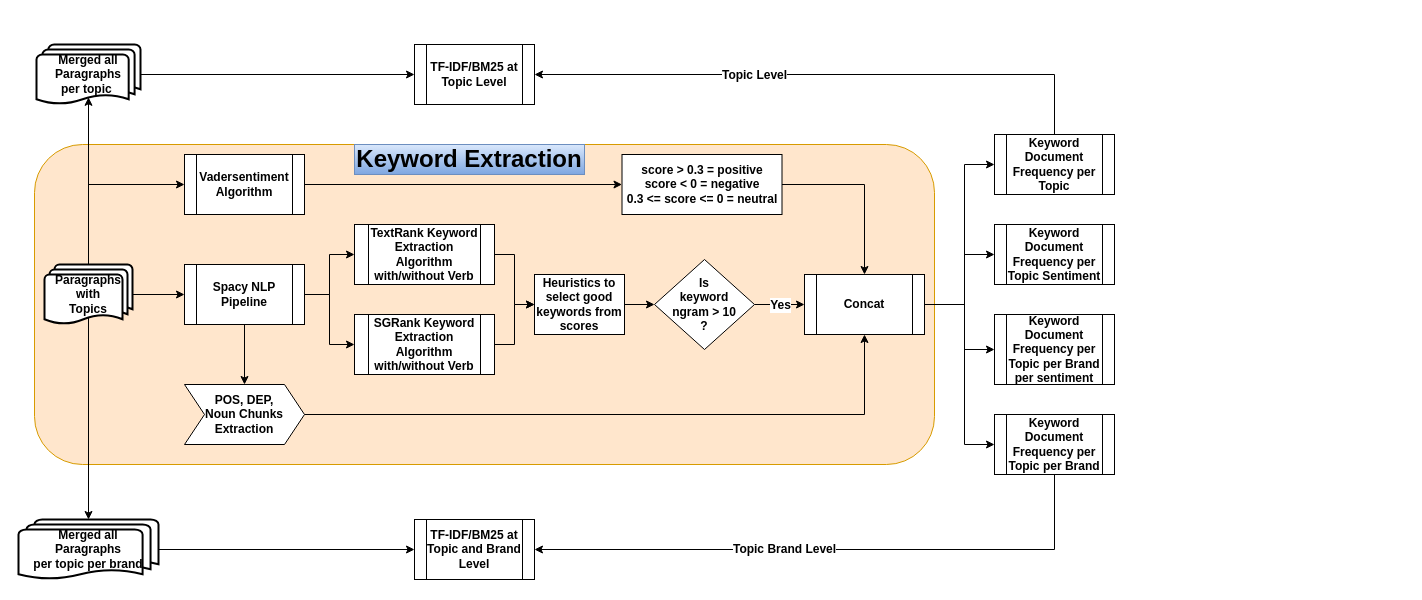
The draw.io diagram Keyword Extraction and Summarization Indepth.drawio in travel-code-sleep/darw_io_diagrams, before the edit. Source tidied: cells renumbered, new cells numbered last; positions are measured from the earlier drawing's top-left corner, leaving out a move shared by most shapes. Both pictures are drawn from the tidied source at 100%, with x=0, y=0 at pixel (18, 44).
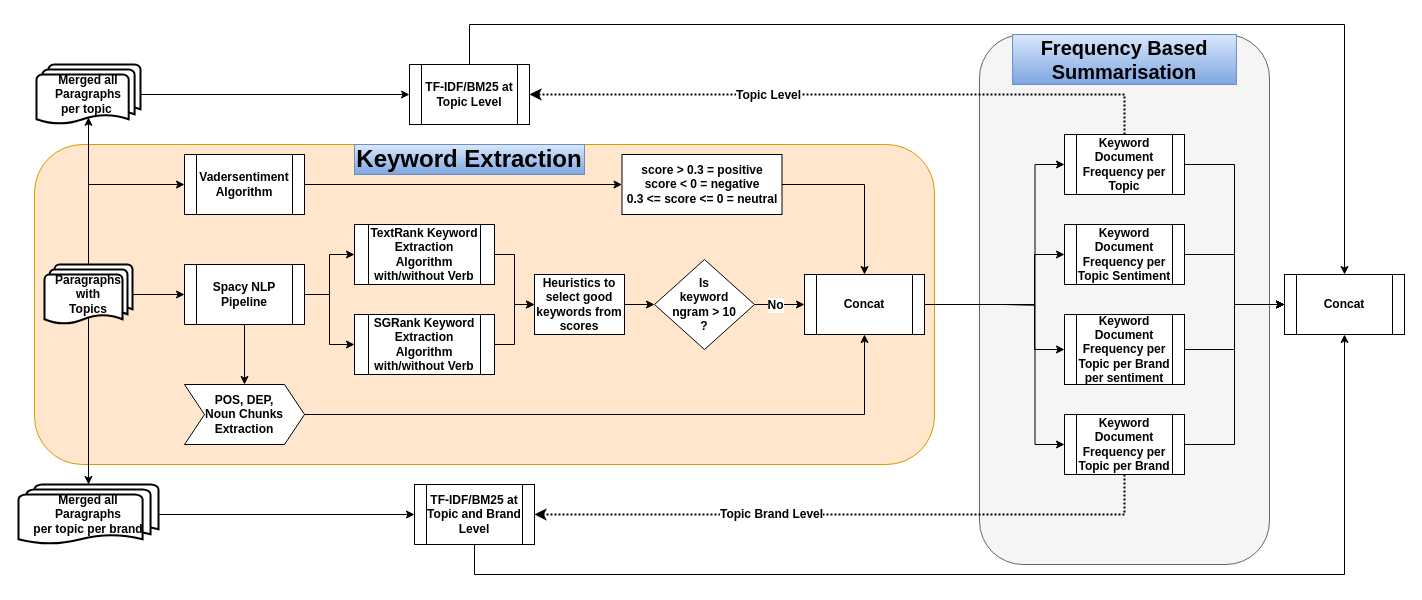
The same page after the edit.

Unchanged cells that the change refers to:
```xml
<mxCell id="4" style="rounded=1;whiteSpace=wrap;html=1;fillColor=#ffe6cc;strokeColor=#d79b00;fontStyle=1;fontSize=12;" parent="1" vertex="1">
  <mxGeometry x="16" y="100" width="900" height="320" as="geometry" />
</mxCell>
<mxCell id="24" style="edgeStyle=orthogonalEdgeStyle;rounded=0;jettySize=auto;html=1;exitX=1;exitY=0.5;exitDx=0;exitDy=0;entryX=0;entryY=0.5;entryDx=0;entryDy=0;endArrow=classic;endFill=1;fontStyle=1;fontSize=12;" parent="1" edge="1" source="26" target="29">
  <mxGeometry relative="1" as="geometry" />
</mxCell>
<mxCell id="29" value="Concat" style="shape=process;whiteSpace=wrap;html=1;backgroundOutline=1;fontStyle=1;fontSize=12;" parent="1" vertex="1">
  <mxGeometry x="786" y="230" width="120" height="60" as="geometry" />
</mxCell>
```

The edit, as a diff of the source:
```diff
@@
-    <mxCell id="2" style="edgeStyle=orthogonalEdgeStyle;rounded=0;jettySize=auto;html=1;exitX=1;exitY=0.5;exitDx=0;exitDy=0;entryX=0;entryY=0.5;entryDx=0;entryDy=0;fontSize=25;fontStyle=1;" parent="1" edge="1" source="4" target="41">
-      <mxGeometry relative="1" as="geometry" />
-    </mxCell>
-    <mxCell id="3" style="edgeStyle=orthogonalEdgeStyle;rounded=0;jettySize=auto;html=1;exitX=1;exitY=0.5;exitDx=0;exitDy=0;entryX=0;entryY=0.5;entryDx=0;entryDy=0;fontSize=24;fontStyle=1;" parent="1" edge="1" source="4" target="45">
-      <mxGeometry relative="1" as="geometry" />
-    </mxCell>
@@
-    <mxCell id="25" value="Yes" style="edgeLabel;html=1;align=center;verticalAlign=middle;fontStyle=1;fontSize=12;" parent="24" vertex="1">
-      <mxGeometry relative="1" as="geometry" />
+    <mxCell id="25" value="No" style="edgeLabel;html=1;align=center;verticalAlign=middle;fontStyle=1;fontSize=12;" parent="24" vertex="1">
+      <mxGeometry relative="1" as="geometry">
+        <mxPoint x="-5" as="offset" />
+      </mxGeometry>
     </mxCell>
@@
-    <mxCell id="27" style="edgeStyle=orthogonalEdgeStyle;rounded=0;jettySize=auto;html=1;exitX=1;exitY=0.5;exitDx=0;exitDy=0;entryX=0;entryY=0.5;entryDx=0;entryDy=0;fontSize=24;fontStyle=1;" parent="1" edge="1" source="29" target="42">
-      <mxGeometry relative="1" as="geometry">
-        <Array as="points">
-          <mxPoint x="946" y="260" />
-          <mxPoint x="946" y="210" />
-        </Array>
-      </mxGeometry>
-    </mxCell>
-    <mxCell id="28" style="edgeStyle=orthogonalEdgeStyle;rounded=0;jettySize=auto;html=1;exitX=1;exitY=0.5;exitDx=0;exitDy=0;entryX=0;entryY=0.5;entryDx=0;entryDy=0;fontSize=24;fontStyle=1;" parent="1" edge="1" source="29" target="46">
-      <mxGeometry relative="1" as="geometry">
-        <Array as="points">
-          <mxPoint x="946" y="260" />
-          <mxPoint x="946" y="305" />
-        </Array>
-      </mxGeometry>
-    </mxCell>
@@
     <mxCell id="32" value="&lt;span style=&quot;&quot;&gt;TF-IDF/BM25 at&lt;/span&gt;&lt;br style=&quot;&quot;&gt;&lt;span style=&quot;&quot;&gt;Topic and Brand Level&lt;/span&gt;" style="shape=process;whiteSpace=wrap;html=1;backgroundOutline=1;fontSize=12;fontStyle=1;" parent="1" vertex="1">
-      <mxGeometry x="396" y="475" width="120" height="60" as="geometry" />
+      <mxGeometry x="396" y="440" width="120" height="60" as="geometry" />
     </mxCell>
@@
     <mxCell id="34" value="Merged all&lt;br&gt;Paragraphs&lt;br&gt;per topic per brand" style="strokeWidth=2;html=1;shape=mxgraph.flowchart.multi-document;whiteSpace=wrap;fontSize=12;fontStyle=1;" parent="1" vertex="1">
-      <mxGeometry y="475" width="140" height="60" as="geometry" />
+      <mxGeometry y="440" width="140" height="60" as="geometry" />
     </mxCell>
     <mxCell id="35" value="TF-IDF/BM25 at&lt;br&gt;Topic Level" style="shape=process;whiteSpace=wrap;html=1;backgroundOutline=1;fontSize=12;fontStyle=1;" parent="1" vertex="1">
-      <mxGeometry x="396" width="120" height="60" as="geometry" />
+      <mxGeometry x="391" y="20" width="120" height="60" as="geometry" />
     </mxCell>
@@
     <mxCell id="37" value="&lt;span style=&quot;&quot;&gt;Merged all &lt;br&gt;Paragraphs&lt;/span&gt;&lt;br style=&quot;&quot;&gt;&lt;span style=&quot;&quot;&gt;per topic&amp;nbsp;&lt;/span&gt;" style="strokeWidth=2;html=1;shape=mxgraph.flowchart.multi-document;whiteSpace=wrap;fontSize=12;fontStyle=1;" parent="1" vertex="1">
-      <mxGeometry x="18" width="104" height="60" as="geometry" />
+      <mxGeometry x="18" y="20" width="104" height="60" as="geometry" />
     </mxCell>
@@
+    <mxCell id="47" style="rounded=1;whiteSpace=wrap;html=1;fontSize=12;fillColor=#f5f5f5;strokeColor=#666666;fontColor=#333333;" parent="1" vertex="1">
+      <mxGeometry x="961" y="-10" width="290" height="530" as="geometry" />
+    </mxCell>
+    <mxCell id="48" style="edgeStyle=orthogonalEdgeStyle;rounded=0;jettySize=auto;html=1;exitX=1;exitY=0.5;exitDx=0;exitDy=0;entryX=0;entryY=0.5;entryDx=0;entryDy=0;fontSize=12;" parent="1" edge="1" source="41" target="52">
+      <mxGeometry relative="1" as="geometry" />
+    </mxCell>
+    <mxCell id="49" style="edgeStyle=orthogonalEdgeStyle;rounded=0;jettySize=auto;html=1;exitX=1;exitY=0.5;exitDx=0;exitDy=0;entryX=0;entryY=0.5;entryDx=0;entryDy=0;fontSize=12;" parent="1" edge="1" source="42" target="52">
+      <mxGeometry relative="1" as="geometry" />
+    </mxCell>
+    <mxCell id="50" style="edgeStyle=orthogonalEdgeStyle;rounded=0;jettySize=auto;html=1;exitX=1;exitY=0.5;exitDx=0;exitDy=0;entryX=0;entryY=0.5;entryDx=0;entryDy=0;fontSize=12;" parent="1" edge="1" source="45" target="52">
+      <mxGeometry relative="1" as="geometry" />
+    </mxCell>
+    <mxCell id="51" style="edgeStyle=orthogonalEdgeStyle;rounded=0;jettySize=auto;html=1;exitX=1;exitY=0.5;exitDx=0;exitDy=0;entryX=0;entryY=0.5;entryDx=0;entryDy=0;fontSize=12;" parent="1" edge="1" source="46" target="52">
+      <mxGeometry relative="1" as="geometry" />
+    </mxCell>
+    <mxCell id="52" value="&lt;b&gt;Concat&lt;/b&gt;" style="shape=process;whiteSpace=wrap;html=1;backgroundOutline=1;fontSize=12;" parent="1" vertex="1">
+      <mxGeometry x="1266" y="230" width="120" height="60" as="geometry" />
+    </mxCell>
+    <mxCell id="2" style="edgeStyle=orthogonalEdgeStyle;rounded=0;jettySize=auto;html=1;exitX=1;exitY=0.5;exitDx=0;exitDy=0;entryX=0;entryY=0.5;entryDx=0;entryDy=0;fontSize=25;fontStyle=1;" parent="1" edge="1" target="41">
+      <mxGeometry relative="1" as="geometry">
+        <mxPoint x="986" y="260" as="sourcePoint" />
+      </mxGeometry>
+    </mxCell>
+    <mxCell id="3" style="edgeStyle=orthogonalEdgeStyle;rounded=0;jettySize=auto;html=1;exitX=1;exitY=0.5;exitDx=0;exitDy=0;entryX=0;entryY=0.5;entryDx=0;entryDy=0;fontSize=24;fontStyle=1;" parent="1" edge="1" target="45">
+      <mxGeometry relative="1" as="geometry">
+        <mxPoint x="986" y="260" as="sourcePoint" />
+      </mxGeometry>
+    </mxCell>
+    <mxCell id="27" style="edgeStyle=orthogonalEdgeStyle;rounded=0;jettySize=auto;html=1;exitX=1;exitY=0.5;exitDx=0;exitDy=0;entryX=0;entryY=0.5;entryDx=0;entryDy=0;fontSize=24;fontStyle=1;" parent="1" edge="1" target="42">
+      <mxGeometry relative="1" as="geometry">
+        <mxPoint x="976" y="260" as="sourcePoint" />
+        <Array as="points">
+          <mxPoint x="1016" y="260" />
+          <mxPoint x="1016" y="210" />
+        </Array>
+      </mxGeometry>
+    </mxCell>
+    <mxCell id="41" value="Keyword Document Frequency per Topic per Brand" style="shape=process;whiteSpace=wrap;html=1;backgroundOutline=1;fontSize=12;fontStyle=1;" parent="1" vertex="1">
+      <mxGeometry x="1046" y="370" width="120" height="60" as="geometry" />
+    </mxCell>
+    <mxCell id="42" value="Keyword Document Frequency per Topic Sentiment" style="shape=process;whiteSpace=wrap;html=1;backgroundOutline=1;fontSize=12;fontStyle=1;" parent="1" vertex="1">
+      <mxGeometry x="1046" y="180" width="120" height="60" as="geometry" />
+    </mxCell>
+    <mxCell id="45" value="Keyword Document Frequency per Topic" style="shape=process;whiteSpace=wrap;html=1;backgroundOutline=1;fontSize=12;verticalAlign=middle;horizontal=1;fontStyle=1;" parent="1" vertex="1">
+      <mxGeometry x="1046" y="90" width="120" height="60" as="geometry" />
+    </mxCell>
+    <mxCell id="46" value="Keyword Document Frequency per Topic per Brand per sentiment" style="shape=process;whiteSpace=wrap;html=1;backgroundOutline=1;fontSize=12;fontStyle=1;" parent="1" vertex="1">
+      <mxGeometry x="1046" y="270" width="120" height="70" as="geometry" />
+    </mxCell>
+    <mxCell id="43" style="edgeStyle=orthogonalEdgeStyle;rounded=0;jettySize=auto;html=1;exitX=0.5;exitY=0;exitDx=0;exitDy=0;entryX=1;entryY=0.5;entryDx=0;entryDy=0;fontSize=24;fontStyle=1;dashed=1;dashPattern=1 1;strokeWidth=2;" parent="1" edge="1" source="45" target="35">
+      <mxGeometry relative="1" as="geometry" />
+    </mxCell>
+    <mxCell id="44" value="&lt;b&gt;Topic Level&lt;/b&gt;" style="edgeLabel;html=1;align=center;verticalAlign=middle;fontSize=12;" parent="43" vertex="1">
+      <mxGeometry x="0.3" y="-1" relative="1" as="geometry">
+        <mxPoint x="16" y="1" as="offset" />
+      </mxGeometry>
+    </mxCell>
-    <mxCell id="39" style="edgeStyle=orthogonalEdgeStyle;rounded=0;jettySize=auto;html=1;exitX=0.5;exitY=1;exitDx=0;exitDy=0;entryX=1;entryY=0.5;entryDx=0;entryDy=0;fontSize=24;fontStyle=1;" parent="1" edge="1" source="41" target="32">
+    <mxCell id="39" style="edgeStyle=orthogonalEdgeStyle;rounded=0;jettySize=auto;html=1;exitX=0.5;exitY=1;exitDx=0;exitDy=0;entryX=1;entryY=0.5;entryDx=0;entryDy=0;fontSize=24;fontStyle=1;dashed=1;dashPattern=1 1;strokeWidth=2;" parent="1" edge="1" source="41" target="32">
       <mxGeometry relative="1" as="geometry" />
     </mxCell>
     <mxCell id="40" value="&lt;font style=&quot;font-size: 12px;&quot;&gt;Topic Brand Level&lt;/font&gt;" style="edgeLabel;html=1;align=center;verticalAlign=middle;fontSize=24;fontStyle=1;" parent="39" vertex="1">
       <mxGeometry x="0.15" y="-2" relative="1" as="geometry">
-        <mxPoint x="-4" y="-3" as="offset" />
+        <mxPoint x="-32" y="-3" as="offset" />
       </mxGeometry>
     </mxCell>
-    <mxCell id="41" value="Keyword Document Frequency per Topic per Brand" style="shape=process;whiteSpace=wrap;html=1;backgroundOutline=1;fontSize=12;fontStyle=1;" parent="1" vertex="1">
-      <mxGeometry x="976" y="370" width="120" height="60" as="geometry" />
-    </mxCell>
-    <mxCell id="42" value="Keyword Document Frequency per Topic Sentiment" style="shape=process;whiteSpace=wrap;html=1;backgroundOutline=1;fontSize=12;fontStyle=1;" parent="1" vertex="1">
-      <mxGeometry x="976" y="180" width="120" height="60" as="geometry" />
-    </mxCell>
-    <mxCell id="43" style="edgeStyle=orthogonalEdgeStyle;rounded=0;jettySize=auto;html=1;exitX=0.5;exitY=0;exitDx=0;exitDy=0;entryX=1;entryY=0.5;entryDx=0;entryDy=0;fontSize=24;fontStyle=1;" parent="1" edge="1" source="45" target="35">
-      <mxGeometry relative="1" as="geometry" />
-    </mxCell>
-    <mxCell id="44" value="&lt;b&gt;Topic Level&lt;/b&gt;" style="edgeLabel;html=1;align=center;verticalAlign=middle;fontSize=12;" parent="43" vertex="1">
-      <mxGeometry x="0.3" y="-1" relative="1" as="geometry">
-        <mxPoint x="16" y="1" as="offset" />
-      </mxGeometry>
-    </mxCell>
-    <mxCell id="45" value="Keyword Document Frequency per Topic" style="shape=process;whiteSpace=wrap;html=1;backgroundOutline=1;fontSize=12;verticalAlign=middle;horizontal=1;fontStyle=1;" parent="1" vertex="1">
-      <mxGeometry x="976" y="90" width="120" height="60" as="geometry" />
-    </mxCell>
-    <mxCell id="46" value="Keyword Document Frequency per Topic per Brand per sentiment" style="shape=process;whiteSpace=wrap;html=1;backgroundOutline=1;fontSize=12;fontStyle=1;" parent="1" vertex="1">
-      <mxGeometry x="976" y="270" width="120" height="70" as="geometry" />
-    </mxCell>
+    <mxCell id="28" style="edgeStyle=orthogonalEdgeStyle;rounded=0;jettySize=auto;html=1;exitX=1;exitY=0.5;exitDx=0;exitDy=0;entryX=0;entryY=0.5;entryDx=0;entryDy=0;fontSize=24;fontStyle=1;" parent="1" edge="1" source="29" target="46">
+      <mxGeometry relative="1" as="geometry">
+        <Array as="points">
+          <mxPoint x="1016" y="260" />
+          <mxPoint x="1016" y="305" />
+        </Array>
+      </mxGeometry>
+    </mxCell>
+    <mxCell id="53" style="edgeStyle=orthogonalEdgeStyle;rounded=0;jettySize=auto;html=1;exitX=0.5;exitY=1;exitDx=0;exitDy=0;entryX=0.5;entryY=1;entryDx=0;entryDy=0;fontSize=12;" parent="1" edge="1" source="32" target="52">
+      <mxGeometry relative="1" as="geometry">
+        <Array as="points">
+          <mxPoint x="456" y="530" />
+          <mxPoint x="1326" y="530" />
+        </Array>
+      </mxGeometry>
+    </mxCell>
+    <mxCell id="54" style="edgeStyle=orthogonalEdgeStyle;rounded=0;jettySize=auto;html=1;exitX=0.5;exitY=0;exitDx=0;exitDy=0;entryX=0.5;entryY=0;entryDx=0;entryDy=0;fontSize=12;" parent="1" edge="1" source="35" target="52">
+      <mxGeometry relative="1" as="geometry">
+        <Array as="points">
+          <mxPoint x="451" y="-20" />
+          <mxPoint x="1326" y="-20" />
+        </Array>
+      </mxGeometry>
+    </mxCell>
+    <mxCell id="55" value="Frequency Based Summarisation" style="text;html=1;strokeColor=#6c8ebf;fillColor=#dae8fc;align=center;verticalAlign=middle;whiteSpace=wrap;rounded=0;fontSize=20;fontStyle=1;gradientColor=#7ea6e0;" parent="1" vertex="1">
+      <mxGeometry x="994.1" y="-10" width="223.8" height="50" as="geometry" />
+    </mxCell>
```
